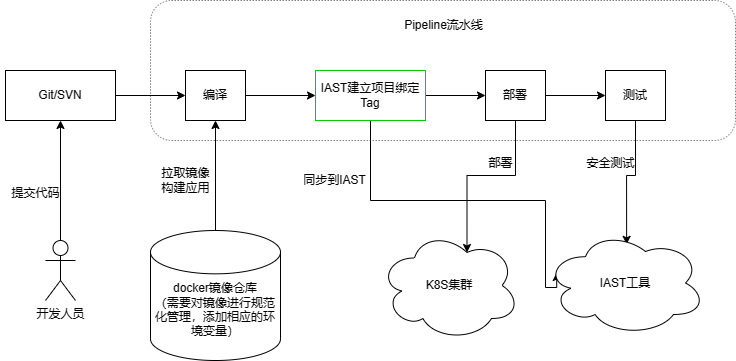
Before: k8s.png, a diagram exported from draw.io (coutcin-xw/FlowChart). Source tidied: cells renumbered, new cells last; positions are measured from the earlier drawing's top-left corner, leaving out a move shared by most shapes.
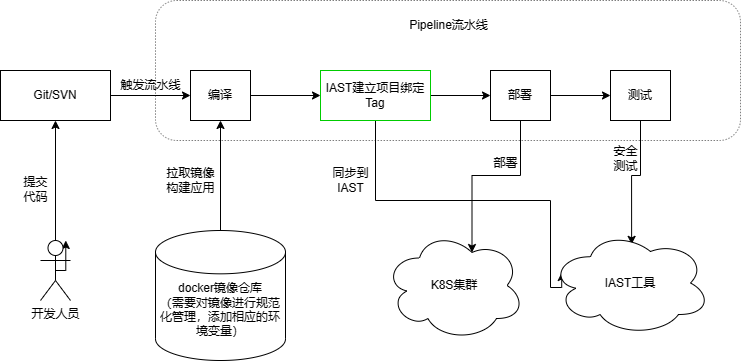
Above is the later version.

What changed in the source:
```diff
@@ -24,7 +24,7 @@
       <mxGeometry relative="1" as="geometry" />
     </mxCell>
     <mxCell id="9" value="Git/SVN" style="rounded=0;whiteSpace=wrap;html=1;" parent="1" vertex="1">
-      <mxGeometry x="5" y="70" width="110" height="50" as="geometry" />
+      <mxGeometry x="-5" y="70" width="110" height="50" as="geometry" />
     </mxCell>
     <mxCell id="10" style="edgeStyle=orthogonalEdgeStyle;rounded=0;jettySize=auto;html=1;exitX=1;exitY=0.5;exitDx=0;exitDy=0;entryX=0;entryY=0.5;entryDx=0;entryDy=0;" parent="1" edge="1" source="12" target="7">
       <mxGeometry relative="1" as="geometry" />
@@ -53,8 +53,8 @@
     <mxCell id="16" value="拉取镜像&lt;br&gt;构建应用" style="text;align=center;verticalAlign=middle;strokeColor=none;fillColor=none;html=1;" parent="1" vertex="1">
       <mxGeometry x="150" y="160" width="70" height="40" as="geometry" />
     </mxCell>
-    <mxCell id="17" value="提交代码" style="text;html=1;align=center;verticalAlign=middle;strokeColor=none;fillColor=none;" parent="1" vertex="1">
-      <mxGeometry y="178" width="70" height="30" as="geometry" />
+    <mxCell id="17" value="提交&lt;br&gt;代码" style="text;html=1;align=center;verticalAlign=middle;strokeColor=none;fillColor=none;" parent="1" vertex="1">
+      <mxGeometry x="5" y="169" width="50" height="40" as="geometry" />
     </mxCell>
     <mxCell id="18" style="edgeStyle=orthogonalEdgeStyle;rounded=0;jettySize=auto;html=1;entryX=0.507;entryY=0.132;entryDx=0;entryDy=0;entryPerimeter=0;" parent="1" edge="1" source="19" target="24">
       <mxGeometry relative="1" as="geometry" />
@@ -68,8 +68,13 @@
     <mxCell id="21" style="edgeStyle=orthogonalEdgeStyle;rounded=0;jettySize=auto;html=1;entryX=0.5;entryY=1;entryDx=0;entryDy=0;" parent="1" edge="1" source="22" target="9">
       <mxGeometry relative="1" as="geometry" />
     </mxCell>
+    <mxCell id="27" style="edgeStyle=orthogonalEdgeStyle;rounded=0;jettySize=auto;html=1;exitX=0.5;exitY=0.5;exitDx=0;exitDy=0;exitPerimeter=0;" parent="1" edge="1" source="22">
+      <mxGeometry relative="1" as="geometry">
+        <mxPoint x="60.3" y="240" as="targetPoint" />
+      </mxGeometry>
+    </mxCell>
     <mxCell id="22" value="开发人员" style="shape=umlActor;verticalLabelPosition=bottom;verticalAlign=top;html=1;outlineConnect=0;" parent="1" vertex="1">
-      <mxGeometry x="45" y="240" width="30" height="60" as="geometry" />
+      <mxGeometry x="35" y="240" width="30" height="60" as="geometry" />
     </mxCell>
     <mxCell id="23" value="部署" style="text;html=1;align=center;verticalAlign=middle;strokeColor=none;fillColor=none;" parent="1" vertex="1">
       <mxGeometry x="475" y="148" width="50" height="30" as="geometry" />
@@ -77,11 +82,14 @@
     <mxCell id="24" value="IAST工具" style="ellipse;shape=cloud;whiteSpace=wrap;html=1;" parent="1" vertex="1">
       <mxGeometry x="545" y="230" width="160" height="105" as="geometry" />
     </mxCell>
-    <mxCell id="25" value="同步到IAST" style="text;html=1;align=center;verticalAlign=middle;strokeColor=none;fillColor=none;" parent="1" vertex="1">
-      <mxGeometry x="289" y="165" width="90" height="30" as="geometry" />
+    <mxCell id="25" value="同步到&lt;br&gt;IAST" style="text;html=1;align=center;verticalAlign=middle;strokeColor=none;fillColor=none;" parent="1" vertex="1">
+      <mxGeometry x="315" y="160" width="60" height="40" as="geometry" />
     </mxCell>
-    <mxCell id="26" value="安全测试" style="text;html=1;align=center;verticalAlign=middle;strokeColor=none;fillColor=none;" parent="1" vertex="1">
-      <mxGeometry x="575" y="148" width="70" height="30" as="geometry" />
+    <mxCell id="26" value="安全&lt;br&gt;测试" style="text;html=1;align=center;verticalAlign=middle;strokeColor=none;fillColor=none;" parent="1" vertex="1">
+      <mxGeometry x="595" y="138" width="50" height="40" as="geometry" />
     </mxCell>
+    <mxCell id="28" value="触发流水线" style="text;html=1;align=center;verticalAlign=middle;strokeColor=none;fillColor=none;" parent="1" vertex="1">
+      <mxGeometry x="105" y="70" width="80" height="30" as="geometry" />
+    </mxCell>
   </root>
 </mxGraphModel>
```
